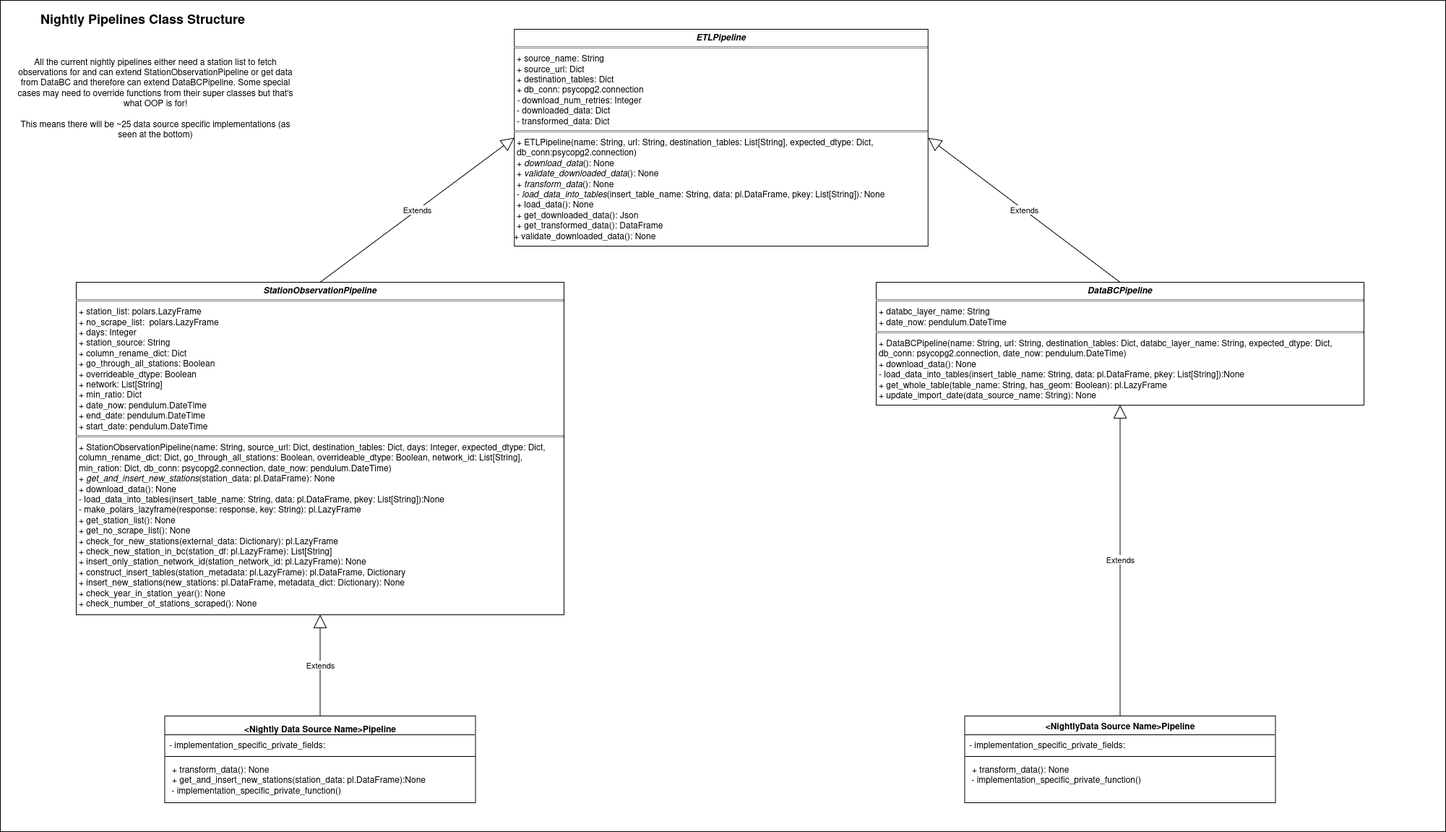
Above: airflow/etl_pipelines/readme_sources/BCWAT_final_UML_diagram.png in bcgov/nr-bcwat (draw.io), before the change. Source tidied: cells renumbered, new cells last; positions are measured from the earlier drawing's top-left corner, leaving out a move shared by most shapes.
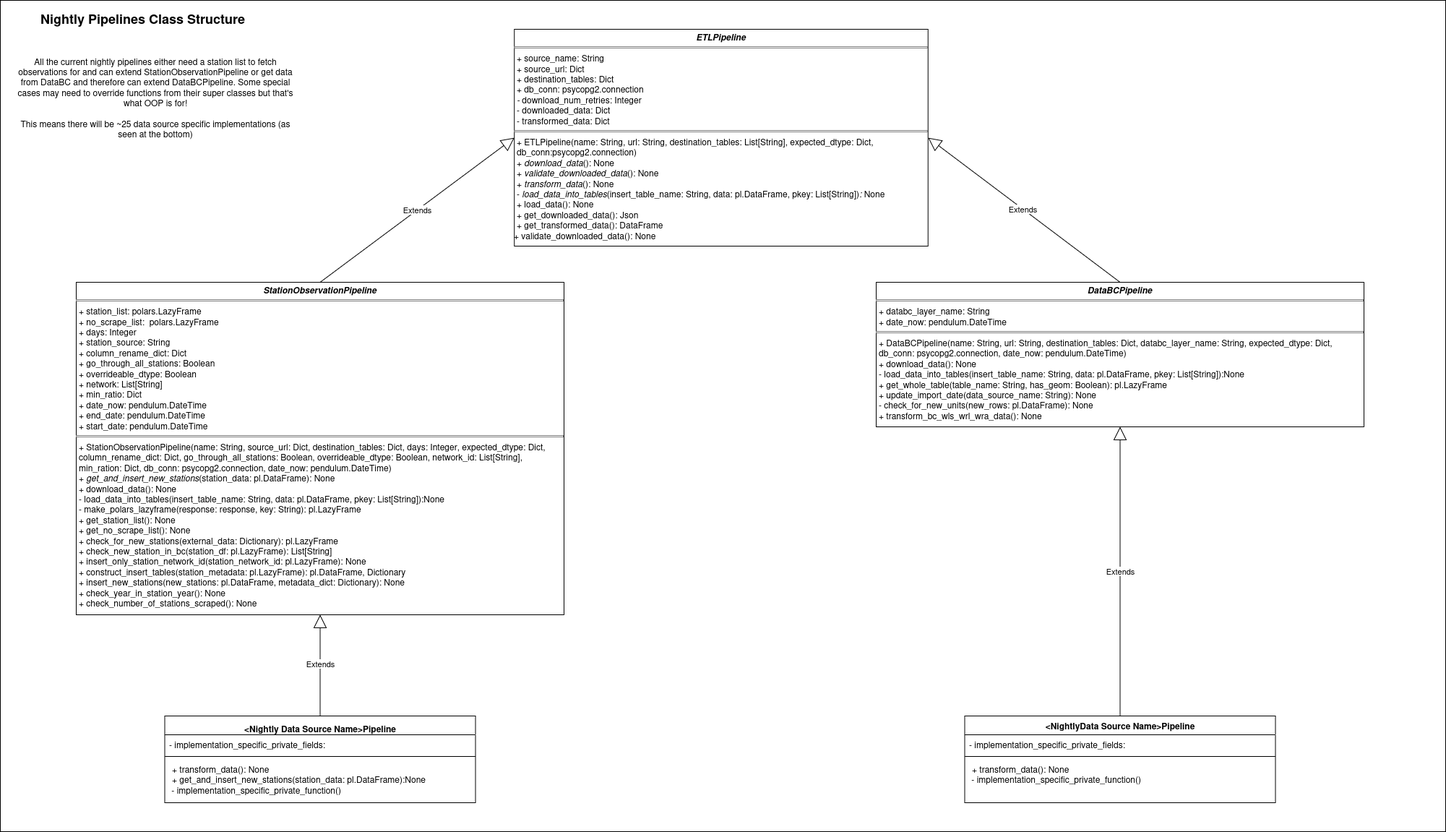
After the change.

Change to the diagram source:
```diff
@@ -8,8 +8,8 @@
     <mxCell id="3" value="&lt;p style=&quot;margin:0px;margin-top:4px;text-align:center;&quot;&gt;&lt;b&gt;&lt;i&gt;ETLPipeline&lt;/i&gt;&lt;/b&gt;&lt;/p&gt;&lt;hr size=&quot;1&quot; style=&quot;border-style:solid;&quot;&gt;&lt;p style=&quot;margin:0px;margin-left:4px;&quot;&gt;+ source_name: String&lt;/p&gt;&lt;p style=&quot;margin:0px;margin-left:4px;&quot;&gt;+ source_url: Dict&lt;/p&gt;&lt;p style=&quot;margin:0px;margin-left:4px;&quot;&gt;+ destination_tables: Dict&lt;/p&gt;&lt;p style=&quot;margin:0px;margin-left:4px;&quot;&gt;+ db_conn: psycopg2.connection&lt;/p&gt;&lt;p style=&quot;margin:0px;margin-left:4px;&quot;&gt;&lt;i&gt; - &lt;/i&gt;download_num_retries: Integer&lt;/p&gt;&lt;p style=&quot;margin:0px;margin-left:4px;&quot;&gt;- downloaded_data: Dict&lt;/p&gt;&lt;p style=&quot;margin:0px;margin-left:4px;&quot;&gt;- transformed_data: Dict&lt;/p&gt;&lt;hr size=&quot;1&quot; style=&quot;border-style:solid;&quot;&gt;&lt;p style=&quot;margin:0px;margin-left:4px;&quot;&gt;+ ETLPipeline(name: String, url: String,&amp;nbsp;destination_tables: List[String], expected_dtype: Dict, db_conn:psycopg2.connection)&lt;/p&gt;&lt;p style=&quot;margin:0px;margin-left:4px;&quot;&gt;+ &lt;i&gt;download_data&lt;/i&gt;(): None&lt;/p&gt;&lt;p style=&quot;margin:0px;margin-left:4px;&quot;&gt;+ &lt;i&gt;validate_downloaded_data&lt;/i&gt;(): None&lt;/p&gt;&lt;p style=&quot;margin:0px;margin-left:4px;&quot;&gt;+&lt;i&gt; transform_data&lt;/i&gt;(): None&lt;/p&gt;&lt;p style=&quot;margin:0px;margin-left:4px;&quot;&gt;- &lt;i&gt;load_data_into_tables&lt;/i&gt;(insert_table_name: String, data: pl.DataFrame, pkey: List[String])&lt;i&gt;:&lt;/i&gt; None&lt;/p&gt;&lt;p style=&quot;margin:0px;margin-left:4px;&quot;&gt;+ load_data(): None&lt;/p&gt;&lt;p style=&quot;margin:0px;margin-left:4px;&quot;&gt;+ get_downloaded_data(): Json&lt;/p&gt;&lt;p style=&quot;margin:0px;margin-left:4px;&quot;&gt;+ get_transformed_data(): DataFrame&lt;/p&gt;&lt;div&gt;+ validate_downloaded_data(): None&lt;/div&gt;" style="verticalAlign=top;align=left;overflow=fill;html=1;whiteSpace=wrap;" parent="1" vertex="1">
       <mxGeometry x="711.2" y="40" width="572.5" height="300" as="geometry" />
     </mxCell>
-    <mxCell id="4" value="&lt;p style=&quot;margin:0px;margin-top:4px;text-align:center;&quot;&gt;&lt;b&gt;&lt;i&gt;DataBCPipeline &lt;br&gt;&lt;/i&gt;&lt;/b&gt;&lt;/p&gt;&lt;hr size=&quot;1&quot; style=&quot;border-style:solid;&quot;&gt;&lt;p style=&quot;margin:0px;margin-left:4px;&quot;&gt;+ databc_layer_name: String&lt;/p&gt;&lt;p style=&quot;margin:0px;margin-left:4px;&quot;&gt;+ date_now:&amp;nbsp;pendulum.DateTime&lt;/p&gt;&lt;hr size=&quot;1&quot; style=&quot;border-style:solid;&quot;&gt;&lt;p style=&quot;margin:0px;margin-left:4px;&quot;&gt;+ DataBCPipeline(name: String, url: String,&amp;nbsp;destination_tables: Dict, databc_layer_name: String, expected_dtype: Dict, db_conn: psycopg2.connection, date_now: pendulum.DateTime)&amp;nbsp; &lt;br&gt;&lt;/p&gt;&lt;p style=&quot;margin:0px;margin-left:4px;&quot;&gt;+ download_data(): None&lt;/p&gt;&lt;p style=&quot;margin:0px;margin-left:4px;&quot;&gt;- load_data_into_tables(insert_table_name: String, data: pl.DataFrame, pkey: List[String]):None&lt;/p&gt;&lt;p style=&quot;margin:0px;margin-left:4px;&quot;&gt;+ get_whole_table(table_name: String, has_geom: Boolean): pl.LazyFrame&lt;/p&gt;&lt;p style=&quot;margin:0px;margin-left:4px;&quot;&gt;+ update_import_date(data_source_name: String): None&lt;/p&gt;" style="verticalAlign=top;align=left;overflow=fill;html=1;whiteSpace=wrap;" parent="1" vertex="1">
-      <mxGeometry x="1212" y="390" width="675" height="170" as="geometry" />
+    <mxCell id="4" value="&lt;p style=&quot;margin:0px;margin-top:4px;text-align:center;&quot;&gt;&lt;b&gt;&lt;i&gt;DataBCPipeline &lt;br&gt;&lt;/i&gt;&lt;/b&gt;&lt;/p&gt;&lt;hr size=&quot;1&quot; style=&quot;border-style:solid;&quot;&gt;&lt;p style=&quot;margin:0px;margin-left:4px;&quot;&gt;+ databc_layer_name: String&lt;/p&gt;&lt;p style=&quot;margin:0px;margin-left:4px;&quot;&gt;+ date_now:&amp;nbsp;pendulum.DateTime&lt;/p&gt;&lt;hr size=&quot;1&quot; style=&quot;border-style:solid;&quot;&gt;&lt;p style=&quot;margin:0px;margin-left:4px;&quot;&gt;+ DataBCPipeline(name: String, url: String,&amp;nbsp;destination_tables: Dict, databc_layer_name: String, expected_dtype: Dict, db_conn: psycopg2.connection, date_now: pendulum.DateTime)&amp;nbsp; &lt;br&gt;&lt;/p&gt;&lt;p style=&quot;margin:0px;margin-left:4px;&quot;&gt;+ download_data(): None&lt;/p&gt;&lt;p style=&quot;margin:0px;margin-left:4px;&quot;&gt;- load_data_into_tables(insert_table_name: String, data: pl.DataFrame, pkey: List[String]):None&lt;/p&gt;&lt;p style=&quot;margin:0px;margin-left:4px;&quot;&gt;+ get_whole_table(table_name: String, has_geom: Boolean): pl.LazyFrame&lt;/p&gt;&lt;p style=&quot;margin:0px;margin-left:4px;&quot;&gt;+ update_import_date(data_source_name: String): None&lt;/p&gt;&lt;p style=&quot;margin:0px;margin-left:4px;&quot;&gt;- check_for_new_units(new_rows: pl.DataFrame): None&lt;/p&gt;&lt;p style=&quot;margin:0px;margin-left:4px;&quot;&gt;+ transform_bc_wls_wrl_wra_data(): None&lt;/p&gt;" style="verticalAlign=top;align=left;overflow=fill;html=1;whiteSpace=wrap;" parent="1" vertex="1">
+      <mxGeometry x="1212" y="390" width="675" height="200" as="geometry" />
     </mxCell>
     <mxCell id="5" value="Extends" style="endArrow=block;endSize=16;endFill=0;html=1;rounded=0;entryX=1;entryY=0.5;entryDx=0;entryDy=0;exitX=0.5;exitY=0;exitDx=0;exitDy=0;" parent="1" edge="1" source="4" target="3">
       <mxGeometry relative="1" as="geometry" />
```
